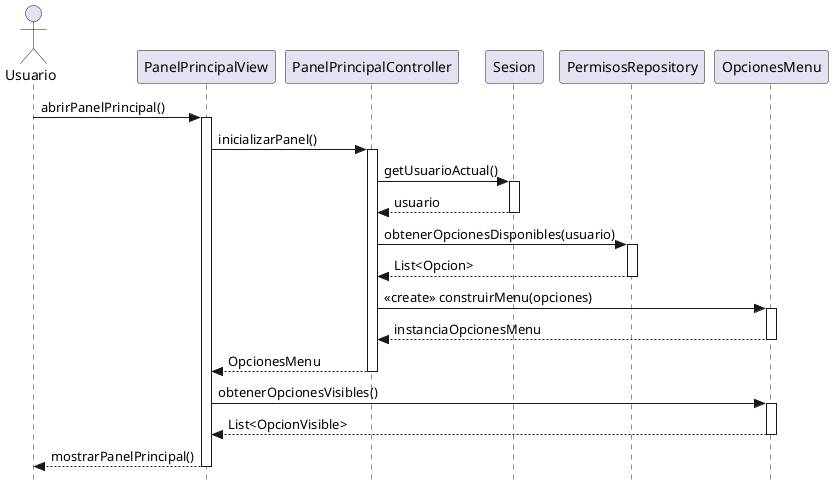
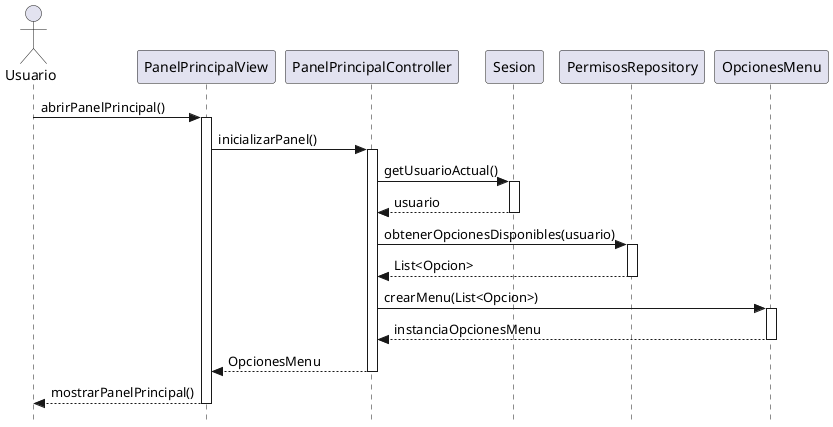
@startuml abrirPanelPrincipal-diseño
skinparam style strictuml

actor "Usuario" as user
participant "PanelPrincipalView" as view
participant "PanelPrincipalController" as controller
participant "Sesion" as sesion
participant "PermisosRepository" as repo
participant "OpcionesMenu" as menu

user -> view : abrirPanelPrincipal()
activate view
view -> controller : inicializarPanel()
activate controller
controller -> sesion : getUsuarioActual()
activate sesion
sesion --> controller : usuario
deactivate sesion
controller -> repo : obtenerOpcionesDisponibles(usuario)
activate repo
repo --> controller : List<Opcion>
deactivate repo
- controller -> menu : <<create>> construirMenu(opciones)
+ controller -> menu : crearMenu(List<Opcion>)
activate menu
menu --> controller : instanciaOpcionesMenu
deactivate menu
controller --> view : OpcionesMenu
deactivate controller
- view -> menu : obtenerOpcionesVisibles()
- activate menu
- menu --> view : List<OpcionVisible>
- deactivate menu
view --> user : mostrarPanelPrincipal()
deactivate view
@enduml
